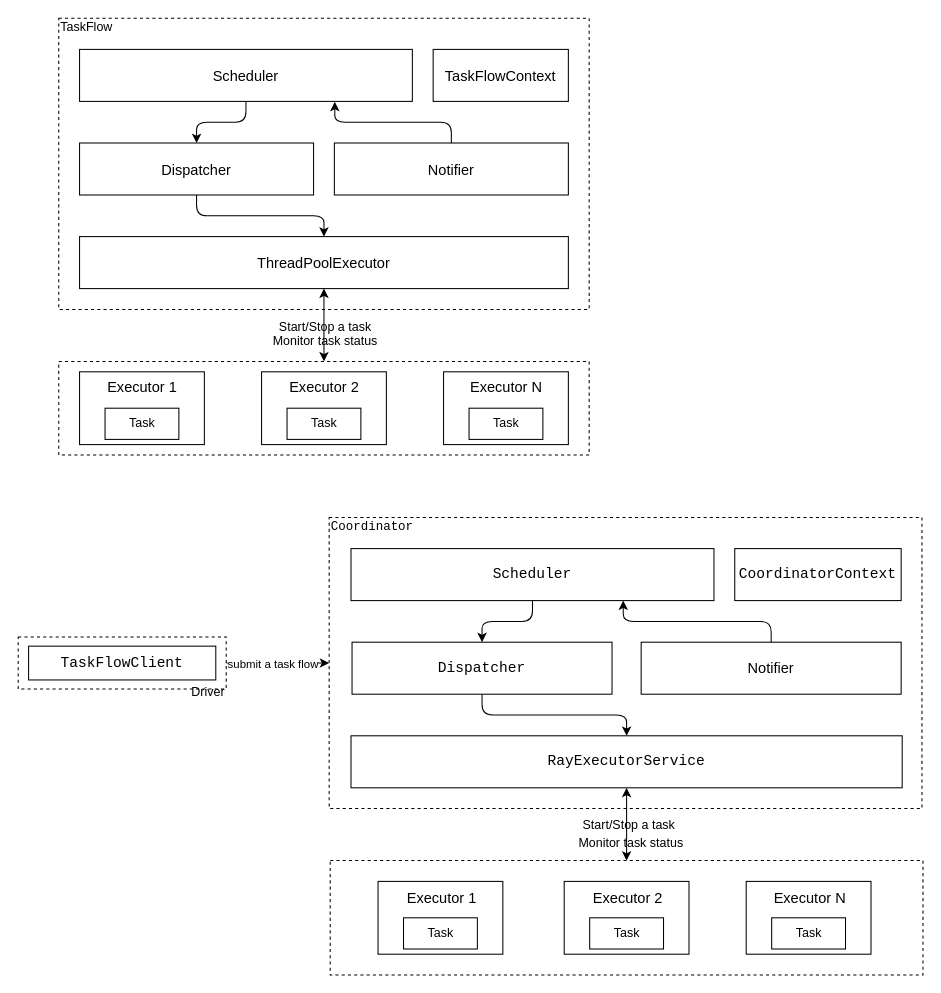
zhongchun/daily keeps this draw.io diagram as page "v1.1" (2 of 2) of graphs/TaskFlow Architecture v1.0.drawio. Above is the earlier version. Source tidied: cells renumbered, new cells numbered last; positions are measured from the earlier drawing's top-left corner, leaving out a move shared by most shapes. Both pictures are drawn from the tidied source at 104%, with x=0, y=0 at pixel (18, 18).
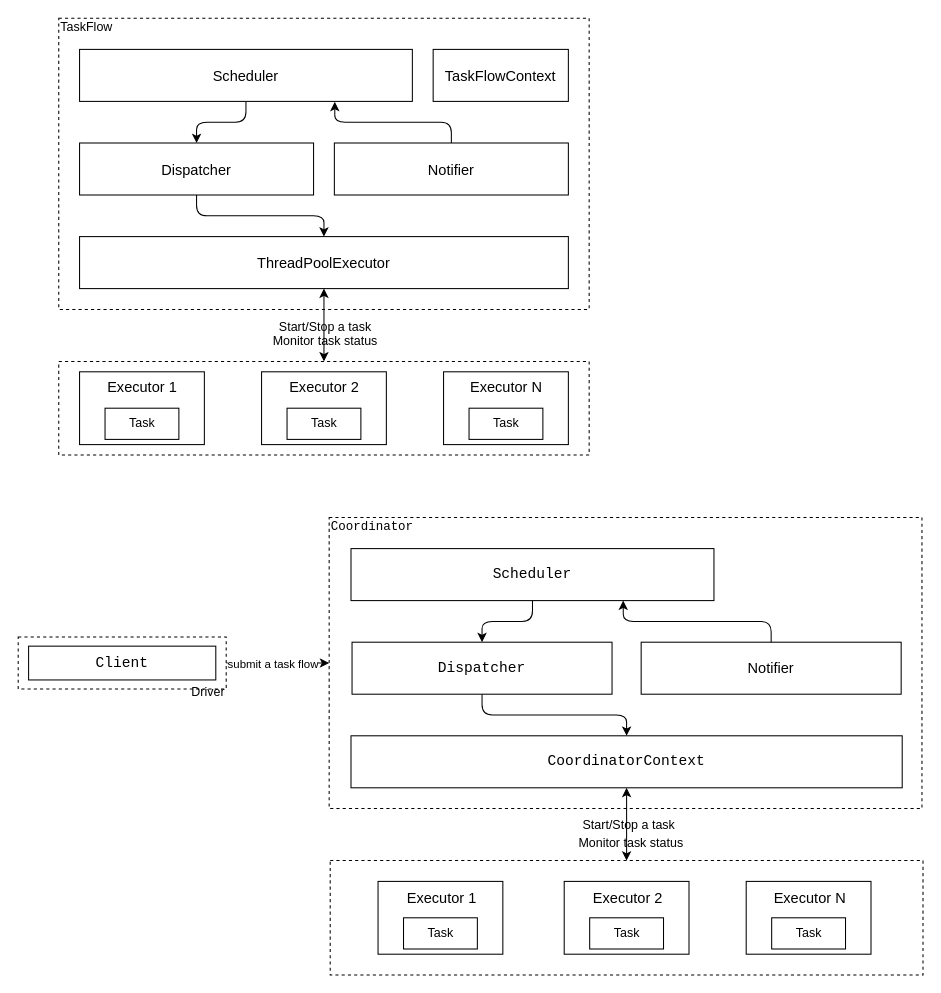
The same diagram, later.

What changed in the source:
```diff
@@
-    <mxCell id="29" value="&lt;pre style=&quot;font-family: &amp;quot;meslo lg l dz for powerline&amp;quot;, monospace; font-size: 10.5pt;&quot;&gt;&lt;pre style=&quot;font-family: &amp;quot;meslo lg l dz for powerline&amp;quot; , monospace ; font-size: 10.5pt&quot;&gt;RayExecutorService&lt;/pre&gt;&lt;/pre&gt;" style="whiteSpace=wrap;html=1;fontStyle=0;labelBackgroundColor=none;" parent="1" vertex="1">
+    <mxCell id="29" value="&lt;pre style=&quot;font-family: &amp;#34;meslo lg l dz for powerline&amp;#34; , monospace ; font-size: 10.5pt&quot;&gt;&lt;pre style=&quot;font-family: &amp;#34;meslo lg l dz for powerline&amp;#34; , monospace ; font-size: 10.5pt&quot;&gt;&lt;pre style=&quot;font-size: 10.5pt ; font-family: &amp;#34;meslo lg l dz for powerline&amp;#34; , monospace&quot;&gt;CoordinatorContext&lt;/pre&gt;&lt;/pre&gt;&lt;/pre&gt;" style="whiteSpace=wrap;html=1;fontStyle=0;labelBackgroundColor=none;" parent="1" vertex="1">
       <mxGeometry x="320" y="690" width="530" height="50" as="geometry" />
     </mxCell>
@@
-    <mxCell id="37" value="&lt;pre style=&quot;font-family: &amp;#34;meslo lg l dz for powerline&amp;#34; , monospace ; font-size: 10.5pt&quot;&gt;&lt;pre style=&quot;font-family: &amp;#34;meslo lg l dz for powerline&amp;#34; , monospace ; font-size: 10.5pt&quot;&gt;&lt;pre style=&quot;font-size: 10.5pt ; font-family: &amp;#34;meslo lg l dz for powerline&amp;#34; , monospace&quot;&gt;CoordinatorContext&lt;/pre&gt;&lt;/pre&gt;&lt;/pre&gt;" style="whiteSpace=wrap;html=1;fontStyle=0;labelBackgroundColor=none;" parent="1" vertex="1">
-      <mxGeometry x="689" y="510" width="160" height="50" as="geometry" />
-    </mxCell>
@@
-    <mxCell id="52" value="&lt;pre style=&quot;font-family: &amp;quot;meslo lg l dz for powerline&amp;quot; , monospace ; font-size: 10.5pt&quot;&gt;&lt;font&gt;TaskFlowClient&lt;/font&gt;&lt;/pre&gt;" style="whiteSpace=wrap;html=1;fontStyle=0;" parent="1" vertex="1">
+    <mxCell id="52" value="&lt;pre style=&quot;font-family: &amp;#34;meslo lg l dz for powerline&amp;#34; , monospace ; font-size: 10.5pt&quot;&gt;&lt;font&gt;Client&lt;/font&gt;&lt;/pre&gt;" style="whiteSpace=wrap;html=1;fontStyle=0;" parent="1" vertex="1">
       <mxGeometry x="10" y="603.8" width="180" height="32.5" as="geometry" />
     </mxCell>
```
